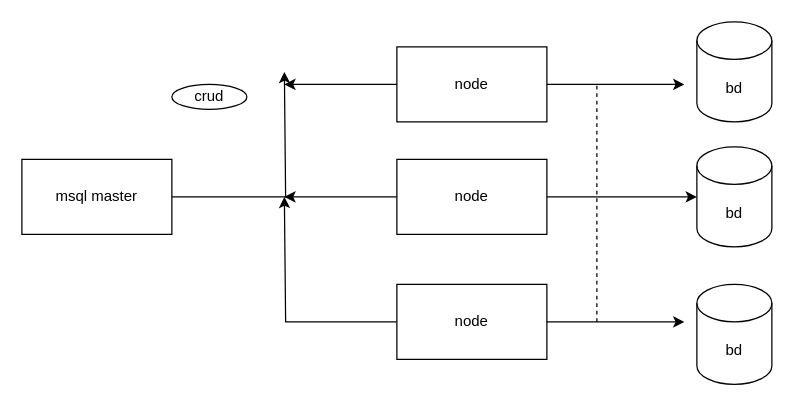
Raidi13/diagrams keeps this draw.io diagram as efs-head-less.drawio. Above is the earlier version. Source tidied: cells renumbered, new cells numbered last; positions are measured from the earlier drawing's top-left corner, leaving out a move shared by most shapes. Both pictures are drawn from the tidied source at 125%, with x=0, y=0 at pixel (21, 21).
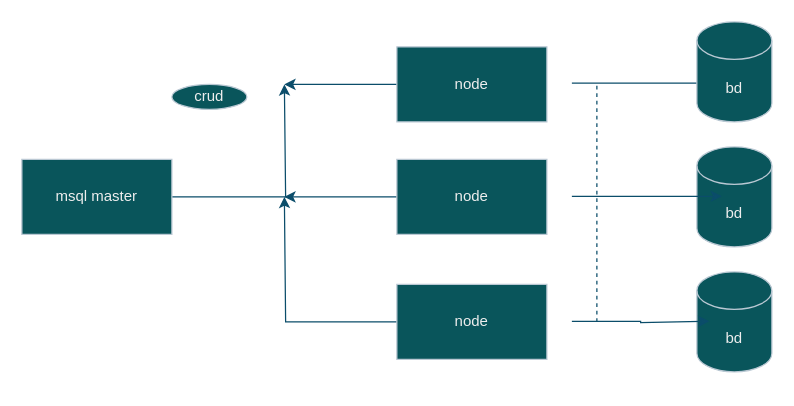
Above is the later version.

Change to the diagram source:
```diff
@@
-    <mxCell id="2" style="edgeStyle=orthogonalEdgeStyle;rounded=0;jettySize=auto;html=1;" parent="1" edge="1" source="4">
+    <mxCell id="2" style="edgeStyle=orthogonalEdgeStyle;rounded=0;jettySize=auto;html=1;flowAnimation=1;labelBackgroundColor=none;strokeColor=#0B4D6A;fontColor=default;" parent="1" edge="1" source="4">
       <mxGeometry relative="1" as="geometry">
         <mxPoint x="210" y="50" as="targetPoint" />
       </mxGeometry>
     </mxCell>
-    <mxCell id="3" style="edgeStyle=orthogonalEdgeStyle;rounded=0;jettySize=auto;html=1;" parent="1" edge="1" source="4">
+    <mxCell id="3" style="edgeStyle=orthogonalEdgeStyle;rounded=0;orthogonalLoop=1;jettySize=auto;html=1;flowAnimation=1;labelBackgroundColor=none;strokeColor=#0B4D6A;fontColor=default;" parent="1" edge="1">
       <mxGeometry relative="1" as="geometry">
-        <mxPoint x="530" y="50" as="targetPoint" />
+        <mxPoint x="440" y="49" as="sourcePoint" />
+        <mxPoint x="550" y="49" as="targetPoint" />
       </mxGeometry>
     </mxCell>
-    <mxCell id="4" value="node" style="rounded=0;whiteSpace=wrap;html=1;" parent="1" vertex="1">
+    <mxCell id="4" value="node" style="rounded=0;whiteSpace=wrap;html=1;fillColor=#09555B;strokeColor=#BAC8D3;labelBackgroundColor=none;fontColor=#EEEEEE;" parent="1" vertex="1">
       <mxGeometry x="300" y="20" width="120" height="60" as="geometry" />
     </mxCell>
-    <mxCell id="5" style="edgeStyle=orthogonalEdgeStyle;rounded=0;jettySize=auto;html=1;" parent="1" edge="1" source="6">
+    <mxCell id="5" style="edgeStyle=orthogonalEdgeStyle;rounded=0;jettySize=auto;html=1;flowAnimation=1;labelBackgroundColor=none;strokeColor=#0B4D6A;fontColor=default;" parent="1" edge="1" source="6">
       <mxGeometry relative="1" as="geometry">
         <mxPoint x="210" y="140" as="targetPoint" />
       </mxGeometry>
     </mxCell>
-    <mxCell id="6" value="node" style="rounded=0;whiteSpace=wrap;html=1;" parent="1" vertex="1">
+    <mxCell id="6" value="node" style="rounded=0;whiteSpace=wrap;html=1;fillColor=#09555B;strokeColor=#BAC8D3;labelBackgroundColor=none;fontColor=#EEEEEE;" parent="1" vertex="1">
       <mxGeometry x="300" y="110" width="120" height="60" as="geometry" />
     </mxCell>
-    <mxCell id="7" style="edgeStyle=orthogonalEdgeStyle;rounded=0;jettySize=auto;html=1;" parent="1" edge="1" source="8">
+    <mxCell id="7" style="edgeStyle=orthogonalEdgeStyle;rounded=0;jettySize=auto;html=1;flowAnimation=1;labelBackgroundColor=none;strokeColor=#0B4D6A;fontColor=default;" parent="1" edge="1" source="8">
       <mxGeometry relative="1" as="geometry">
         <mxPoint x="210" y="140" as="targetPoint" />
         <Array as="points">
           <mxPoint x="211" y="240" />
         </Array>
       </mxGeometry>
     </mxCell>
-    <mxCell id="8" value="node" style="rounded=0;whiteSpace=wrap;html=1;" parent="1" vertex="1">
+    <mxCell id="8" value="node" style="rounded=0;whiteSpace=wrap;html=1;fillColor=#09555B;strokeColor=#BAC8D3;labelBackgroundColor=none;fontColor=#EEEEEE;" parent="1" vertex="1">
       <mxGeometry x="300" y="210" width="120" height="60" as="geometry" />
     </mxCell>
-    <mxCell id="9" style="edgeStyle=orthogonalEdgeStyle;rounded=0;jettySize=auto;html=1;" parent="1" edge="1" source="10">
+    <mxCell id="9" style="edgeStyle=orthogonalEdgeStyle;rounded=0;jettySize=auto;html=1;flowAnimation=1;labelBackgroundColor=none;strokeColor=#0B4D6A;fontColor=default;" parent="1" edge="1" source="10">
       <mxGeometry relative="1" as="geometry">
-        <mxPoint x="210" y="40" as="targetPoint" />
+        <mxPoint x="210" y="50" as="targetPoint" />
         <Array as="points">
           <mxPoint x="211" y="140" />
         </Array>
       </mxGeometry>
     </mxCell>
-    <mxCell id="10" value="msql master" style="rounded=0;whiteSpace=wrap;html=1;" parent="1" vertex="1">
+    <mxCell id="10" value="msql master" style="rounded=0;whiteSpace=wrap;html=1;fillColor=#09555B;strokeColor=#BAC8D3;shadow=0;labelBackgroundColor=none;fontColor=#EEEEEE;" parent="1" vertex="1">
       <mxGeometry y="110" width="120" height="60" as="geometry" />
     </mxCell>
-    <mxCell id="11" value="bd" style="shape=cylinder3;whiteSpace=wrap;html=1;boundedLbl=1;backgroundOutline=1;size=15;" parent="1" vertex="1">
+    <mxCell id="11" value="bd" style="shape=cylinder3;whiteSpace=wrap;html=1;boundedLbl=1;backgroundOutline=1;size=15;fillColor=#09555B;strokeColor=#BAC8D3;labelBackgroundColor=none;fontColor=#EEEEEE;" parent="1" vertex="1">
       <mxGeometry x="540" width="60" height="80" as="geometry" />
     </mxCell>
-    <mxCell id="12" value="bd" style="shape=cylinder3;whiteSpace=wrap;html=1;boundedLbl=1;backgroundOutline=1;size=15;" parent="1" vertex="1">
+    <mxCell id="12" value="bd" style="shape=cylinder3;whiteSpace=wrap;html=1;boundedLbl=1;backgroundOutline=1;size=15;fillColor=#09555B;strokeColor=#BAC8D3;labelBackgroundColor=none;fontColor=#EEEEEE;" parent="1" vertex="1">
       <mxGeometry x="540" y="100" width="60" height="80" as="geometry" />
     </mxCell>
-    <mxCell id="13" value="bd" style="shape=cylinder3;whiteSpace=wrap;html=1;boundedLbl=1;backgroundOutline=1;size=15;" parent="1" vertex="1">
-      <mxGeometry x="540" y="210" width="60" height="80" as="geometry" />
+    <mxCell id="13" value="bd" style="shape=cylinder3;whiteSpace=wrap;html=1;boundedLbl=1;backgroundOutline=1;size=15;fillColor=#09555B;strokeColor=#BAC8D3;labelBackgroundColor=none;fontColor=#EEEEEE;" parent="1" vertex="1">
+      <mxGeometry x="540" y="200" width="60" height="80" as="geometry" />
     </mxCell>
-    <mxCell id="14" style="edgeStyle=orthogonalEdgeStyle;rounded=0;jettySize=auto;html=1;entryX=0;entryY=0.5;entryDx=0;entryDy=0;entryPerimeter=0;" parent="1" edge="1" source="6" target="12">
-      <mxGeometry relative="1" as="geometry" />
+    <mxCell id="14" style="edgeStyle=orthogonalEdgeStyle;rounded=0;orthogonalLoop=1;jettySize=auto;html=1;entryX=0;entryY=0.5;entryDx=0;entryDy=0;entryPerimeter=0;flowAnimation=1;labelBackgroundColor=none;strokeColor=#0B4D6A;fontColor=default;" parent="1" edge="1">
+      <mxGeometry relative="1" as="geometry">
+        <mxPoint x="440" y="139.5" as="sourcePoint" />
+        <mxPoint x="560" y="139.5" as="targetPoint" />
+      </mxGeometry>
     </mxCell>
-    <mxCell id="15" style="edgeStyle=orthogonalEdgeStyle;rounded=0;jettySize=auto;html=1;" parent="1" edge="1" source="8">
+    <mxCell id="15" style="edgeStyle=orthogonalEdgeStyle;rounded=0;orthogonalLoop=1;jettySize=auto;html=1;flowAnimation=1;labelBackgroundColor=none;strokeColor=#0B4D6A;fontColor=default;" parent="1" edge="1">
       <mxGeometry relative="1" as="geometry">
-        <mxPoint x="530" y="240" as="targetPoint" />
+        <mxPoint x="440" y="239.5" as="sourcePoint" />
+        <mxPoint x="550" y="239.5" as="targetPoint" />
+        <Array as="points">
+          <mxPoint x="495" y="239.5" />
+          <mxPoint x="495" y="240.5" />
+        </Array>
       </mxGeometry>
     </mxCell>
-    <mxCell id="16" style="endArrow=none;dashed=1;html=1;rounded=0;" parent="1" edge="1">
+    <mxCell id="16" style="endArrow=none;dashed=1;html=1;rounded=0;flowAnimation=1;labelBackgroundColor=none;strokeColor=#0B4D6A;fontColor=default;" parent="1" edge="1">
       <mxGeometry relative="1" as="geometry">
         <mxPoint x="460" y="240" as="sourcePoint" />
         <mxPoint x="460" y="50" as="targetPoint" />
       </mxGeometry>
     </mxCell>
-    <mxCell id="17" value="crud" style="ellipse;whiteSpace=wrap;html=1;" parent="1" vertex="1">
+    <mxCell id="17" value="crud" style="ellipse;whiteSpace=wrap;html=1;labelBackgroundColor=none;fillColor=#09555B;strokeColor=#BAC8D3;fontColor=#EEEEEE;" parent="1" vertex="1">
       <mxGeometry x="120" y="50" width="60" height="20" as="geometry" />
     </mxCell>
```
